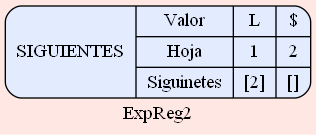
This is SIGUIENTES_202000119/Siguientes_ExpReg2.png from SergieArizandieta/OLC1-P1-202000119, a Graphviz export, as it was before one commit. Its source is kept beside it as SIGUIENTES_202000119/Siguientes_ExpReg2.dot.
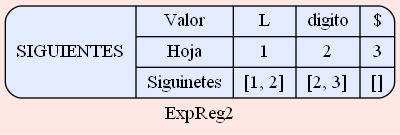
After the commit.

Diff of the diagram source:
```diff
@@ -3,7 +3,8 @@
  node [shape=Mrecord fillcolor="#E3EBFF" style =filled];
 label ="ExpReg2"
 struct1 [label="SIGUIENTES| { Valor | Hoja| Siguinetes } |
-{ L| 1 | [2]}|
-{ $| 2 | []}
+{ L| 1 | [1, 2]}|
+{ digito| 2 | [2, 3]}|
+{ $| 3 | []}
 "];
  }
```
